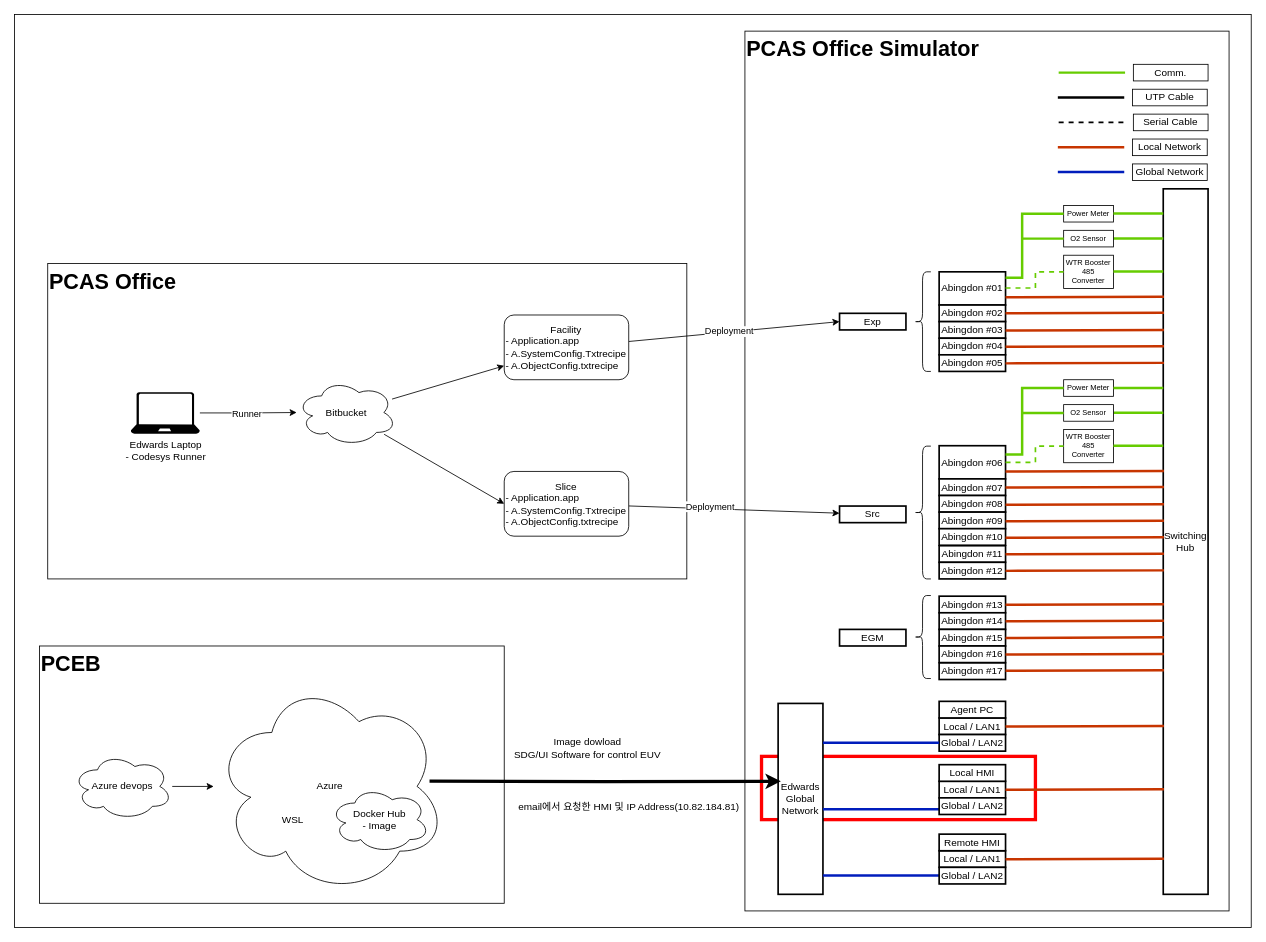
This is page "페이지-2" (2 of 2) of Gen4 TumaloTestRig Configuration.drawio from EdwardsKorea/CommonDrawIO, a draw.io file, before an edit. Source tidied: cells renumbered, new cells numbered last; positions are measured from the earlier drawing's top-left corner, leaving out a move shared by most shapes. Both pictures are drawn from the tidied source at 83%, with x=0, y=0 at pixel (14, 14).
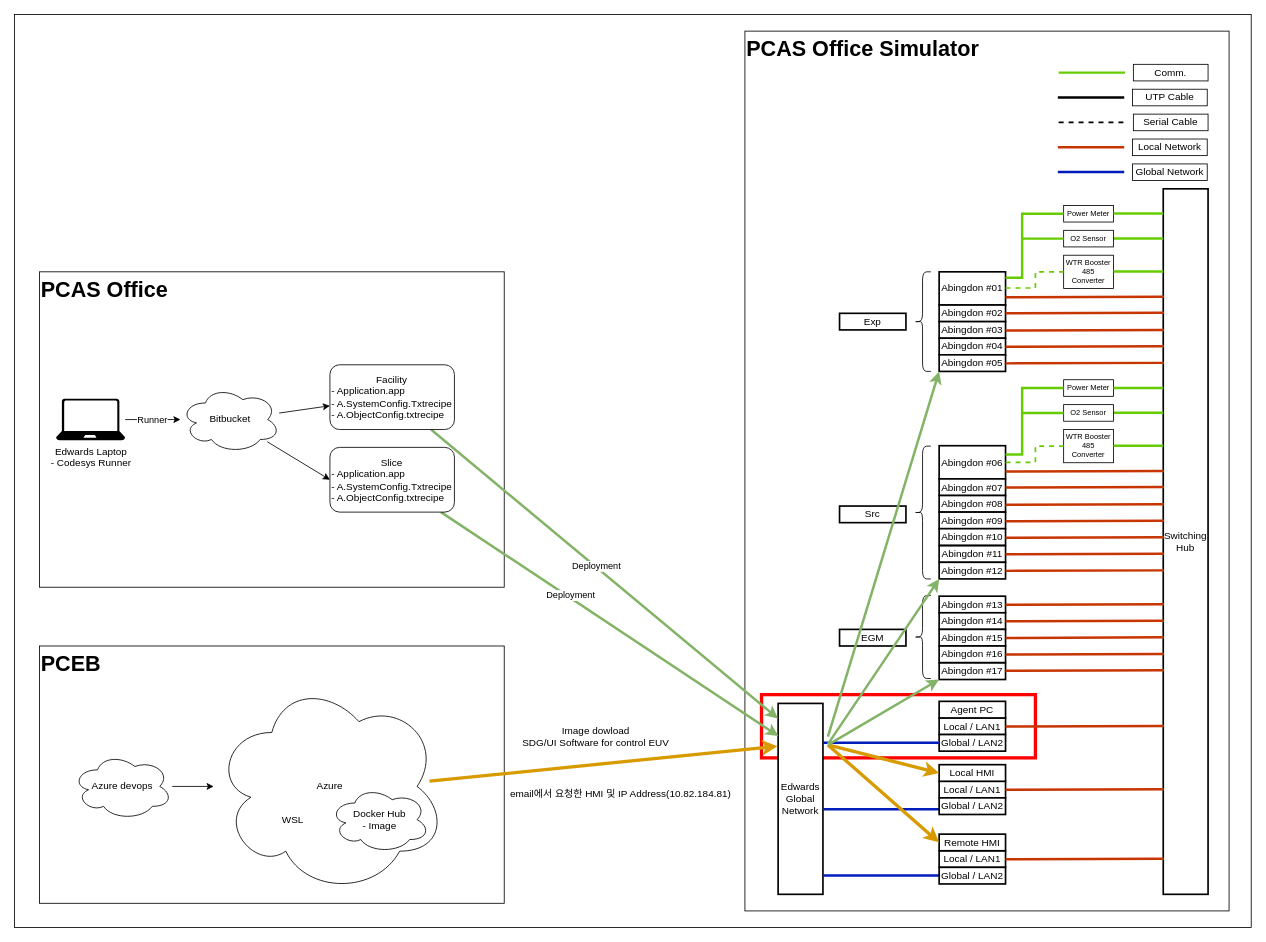
The same page after the edit.

The change refers to these unchanged cells:
```xml
<mxCell id="14" value="Edwards&lt;div&gt;Global&lt;br&gt;&lt;div&gt;Network&lt;/div&gt;&lt;/div&gt;" style="rounded=0;whiteSpace=wrap;html=1;align=center;verticalAlign=middle;strokeWidth=2;" parent="1" vertex="1">
  <mxGeometry x="920" y="830" width="54" height="230" as="geometry" />
</mxCell>
<mxCell id="20" value="Abingdon #05" style="rounded=0;whiteSpace=wrap;html=1;strokeWidth=2;" parent="1" vertex="1">
  <mxGeometry x="1114" y="410" width="80" height="20" as="geometry" />
</mxCell>
<mxCell id="28" value="Abingdon #12" style="rounded=0;whiteSpace=wrap;html=1;strokeWidth=2;" parent="1" vertex="1">
  <mxGeometry x="1114" y="660" width="80" height="20" as="geometry" />
</mxCell>
<mxCell id="36" value="Abingdon #17" style="rounded=0;whiteSpace=wrap;html=1;strokeWidth=2;" parent="1" vertex="1">
  <mxGeometry x="1114" y="781.2" width="80" height="20" as="geometry" />
</mxCell>
<mxCell id="43" value="Local HMI" style="rounded=0;whiteSpace=wrap;html=1;align=center;verticalAlign=middle;strokeWidth=2;" parent="1" vertex="1">
  <mxGeometry x="1114" y="903.8" width="80" height="20" as="geometry" />
</mxCell>
<mxCell id="46" value="Remote HMI" style="rounded=0;whiteSpace=wrap;html=1;align=center;verticalAlign=middle;strokeWidth=2;" parent="1" vertex="1">
  <mxGeometry x="1114" y="987.5" width="80" height="20" as="geometry" />
</mxCell>
<mxCell id="48" value="Exp" style="rounded=0;whiteSpace=wrap;html=1;strokeWidth=2;" parent="1" vertex="1">
  <mxGeometry x="994" y="360" width="80" height="20" as="geometry" />
</mxCell>
<mxCell id="50" value="Src" style="rounded=0;whiteSpace=wrap;html=1;strokeWidth=2;" parent="1" vertex="1">
  <mxGeometry x="994" y="592.2" width="80" height="20" as="geometry" />
</mxCell>
```

What changed in the source:
```diff
@@
     <mxCell id="3" value="&lt;b&gt;&lt;font style=&quot;font-size: 26px;&quot;&gt;PCAS Office&lt;/font&gt;&lt;/b&gt;" style="rounded=0;whiteSpace=wrap;html=1;align=left;horizontal=1;verticalAlign=top;" parent="1" vertex="1">
-      <mxGeometry x="40" y="300" width="770" height="380" as="geometry" />
+      <mxGeometry x="30" y="310" width="560" height="380" as="geometry" />
     </mxCell>
@@
     <mxCell id="6" style="rounded=0;whiteSpace=wrap;html=1;strokeWidth=4;strokeColor=#FF0000;" parent="1" vertex="1">
-      <mxGeometry x="900" y="893.8" width="330" height="76.2" as="geometry" />
+      <mxGeometry x="900" y="819.4" width="330" height="76.2" as="geometry" />
     </mxCell>
@@
     <mxCell id="94" value="Edwards Laptop&lt;div&gt;-&amp;nbsp;&lt;span style=&quot;background-color: initial;&quot;&gt;Codesys Runner&lt;/span&gt;&lt;/div&gt;" style="sketch=0;shadow=0;dashed=0;html=1;strokeColor=none;labelPosition=center;verticalLabelPosition=bottom;verticalAlign=top;align=center;fillColor=#000000;shape=mxgraph.azure.laptop;" parent="1" vertex="1">
-      <mxGeometry x="140" y="455" width="83.3" height="50" as="geometry" />
+      <mxGeometry x="50" y="463" width="83.3" height="50" as="geometry" />
     </mxCell>
@@
     <mxCell id="97" value="Bitbucket" style="ellipse;shape=cloud;whiteSpace=wrap;html=1;" parent="1" vertex="1">
-      <mxGeometry x="340" y="439.5" width="120" height="80" as="geometry" />
+      <mxGeometry x="200" y="448" width="120" height="80" as="geometry" />
     </mxCell>
     <mxCell id="98" value="email에서 요청한 HMI 및 IP Address(10.82.184.81)" style="text;html=1;align=center;verticalAlign=middle;strokeColor=none;fillColor=none;" parent="1" vertex="1">
-      <mxGeometry x="590" y="940" width="300" height="30" as="geometry" />
+      <mxGeometry x="580" y="923.8" width="300" height="30" as="geometry" />
     </mxCell>
-    <mxCell id="99" style="rounded=0;jettySize=auto;html=1;entryX=0;entryY=0.5;entryDx=0;entryDy=0;" parent="1" edge="1" source="101" target="48">
+    <mxCell id="99" style="rounded=0;jettySize=auto;html=1;entryX=-0.004;entryY=0.079;entryDx=0;entryDy=0;entryPerimeter=0;strokeWidth=3;fillColor=#d5e8d4;strokeColor=#82b366;" parent="1" edge="1" source="101" target="14">
       <mxGeometry relative="1" as="geometry" />
     </mxCell>
@@
     <mxCell id="101" value="&lt;div style=&quot;text-align: center;&quot;&gt;Facility&lt;/div&gt;- Application.app&lt;div&gt;- A.SystemConfig.Txtrecipe&lt;/div&gt;&lt;div&gt;- A.ObjectConfig.txtrecipe&lt;/div&gt;" style="rounded=1;whiteSpace=wrap;html=1;align=left;" parent="1" vertex="1">
-      <mxGeometry x="590" y="362" width="150" height="78" as="geometry" />
+      <mxGeometry x="380" y="422" width="150" height="78" as="geometry" />
     </mxCell>
-    <mxCell id="102" style="rounded=0;jettySize=auto;html=1;" parent="1" edge="1" source="104" target="50">
+    <mxCell id="102" style="rounded=0;jettySize=auto;html=1;entryX=0.006;entryY=0.171;entryDx=0;entryDy=0;entryPerimeter=0;strokeWidth=3;fillColor=#d5e8d4;strokeColor=#82b366;" parent="1" edge="1" source="104" target="14">
       <mxGeometry relative="1" as="geometry" />
     </mxCell>
@@
     <mxCell id="104" value="&lt;div style=&quot;text-align: center;&quot;&gt;Slice&lt;/div&gt;- Application.app&lt;div&gt;- A.SystemConfig.Txtrecipe&lt;/div&gt;&lt;div&gt;- A.ObjectConfig.txtrecipe&lt;/div&gt;" style="rounded=1;whiteSpace=wrap;html=1;align=left;" parent="1" vertex="1">
-      <mxGeometry x="590" y="550.5" width="150" height="78" as="geometry" />
+      <mxGeometry x="380" y="521.5" width="150" height="78" as="geometry" />
     </mxCell>
@@
-    <mxCell id="107" style="edgeStyle=orthogonalEdgeStyle;rounded=0;orthogonalLoop=1;jettySize=auto;html=1;entryX=0.061;entryY=0.207;entryDx=0;entryDy=0;entryPerimeter=0;strokeWidth=4;" parent="1" edge="1">
+    <mxCell id="107" style="rounded=0;jettySize=auto;html=1;entryX=-0.014;entryY=0.224;entryDx=0;entryDy=0;entryPerimeter=0;strokeWidth=4;fillColor=#ffe6cc;strokeColor=#d79b00;" parent="1" edge="1" target="14">
       <mxGeometry relative="1" as="geometry">
         <mxPoint x="500" y="923.7" as="sourcePoint" />
-        <mxPoint x="923.3" y="923.9" as="targetPoint" />
       </mxGeometry>
     </mxCell>
@@
     <mxCell id="110" value="Image dowload&lt;div&gt;SDG/UI Software for control EUV&lt;/div&gt;" style="text;html=1;align=center;verticalAlign=middle;strokeColor=none;fillColor=none;" parent="1" vertex="1">
-      <mxGeometry x="590" y="863.8" width="200" height="40" as="geometry" />
+      <mxGeometry x="600" y="850" width="200" height="40" as="geometry" />
     </mxCell>
@@
+    <mxCell id="112" style="rounded=0;jettySize=auto;html=1;entryX=0;entryY=0.5;entryDx=0;entryDy=0;strokeWidth=4;fillColor=#ffe6cc;strokeColor=#d79b00;" parent="1" edge="1" target="43">
+      <mxGeometry relative="1" as="geometry">
+        <mxPoint x="980" y="880" as="sourcePoint" />
+      </mxGeometry>
+    </mxCell>
+    <mxCell id="113" style="rounded=0;jettySize=auto;html=1;entryX=0;entryY=0.5;entryDx=0;entryDy=0;strokeWidth=4;fillColor=#ffe6cc;strokeColor=#d79b00;" parent="1" edge="1" target="46">
+      <mxGeometry relative="1" as="geometry">
+        <mxPoint x="980" y="880" as="sourcePoint" />
+      </mxGeometry>
+    </mxCell>
+    <mxCell id="114" style="rounded=0;jettySize=auto;html=1;entryX=0;entryY=1;entryDx=0;entryDy=0;strokeWidth=3;fillColor=#d5e8d4;strokeColor=#82b366;" parent="1" edge="1" target="28">
+      <mxGeometry relative="1" as="geometry">
+        <mxPoint x="980" y="879" as="sourcePoint" />
+      </mxGeometry>
+    </mxCell>
+    <mxCell id="115" style="rounded=0;jettySize=auto;html=1;strokeWidth=3;fillColor=#d5e8d4;strokeColor=#82b366;entryX=0;entryY=1;entryDx=0;entryDy=0;" parent="1" edge="1" target="20">
+      <mxGeometry relative="1" as="geometry">
+        <mxPoint x="980" y="870" as="sourcePoint" />
+      </mxGeometry>
+    </mxCell>
+    <mxCell id="116" style="rounded=0;jettySize=auto;html=1;strokeWidth=3;fillColor=#d5e8d4;strokeColor=#82b366;entryX=0;entryY=1;entryDx=0;entryDy=0;" parent="1" edge="1" target="36">
+      <mxGeometry relative="1" as="geometry">
+        <mxPoint x="980" y="880" as="sourcePoint" />
+      </mxGeometry>
+    </mxCell>
```
